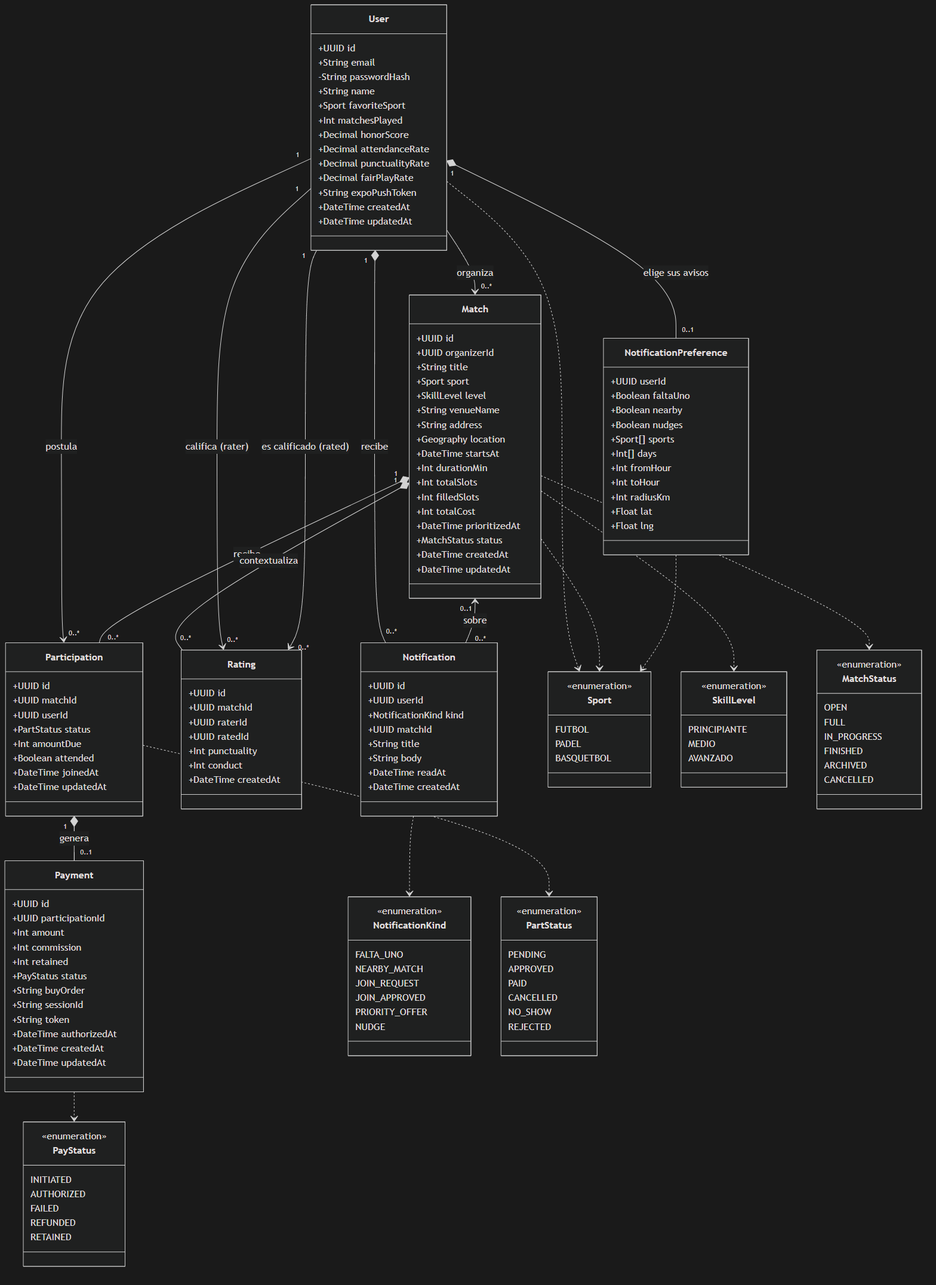
The Mermaid diagram fase-2-desarrollo/docs/diagramas/clases-dominio.png in avenaaaa/KANCHA, before a commit. Its source is kept beside it as fase-2-desarrollo/docs/diagramas/clases-dominio.mmd.
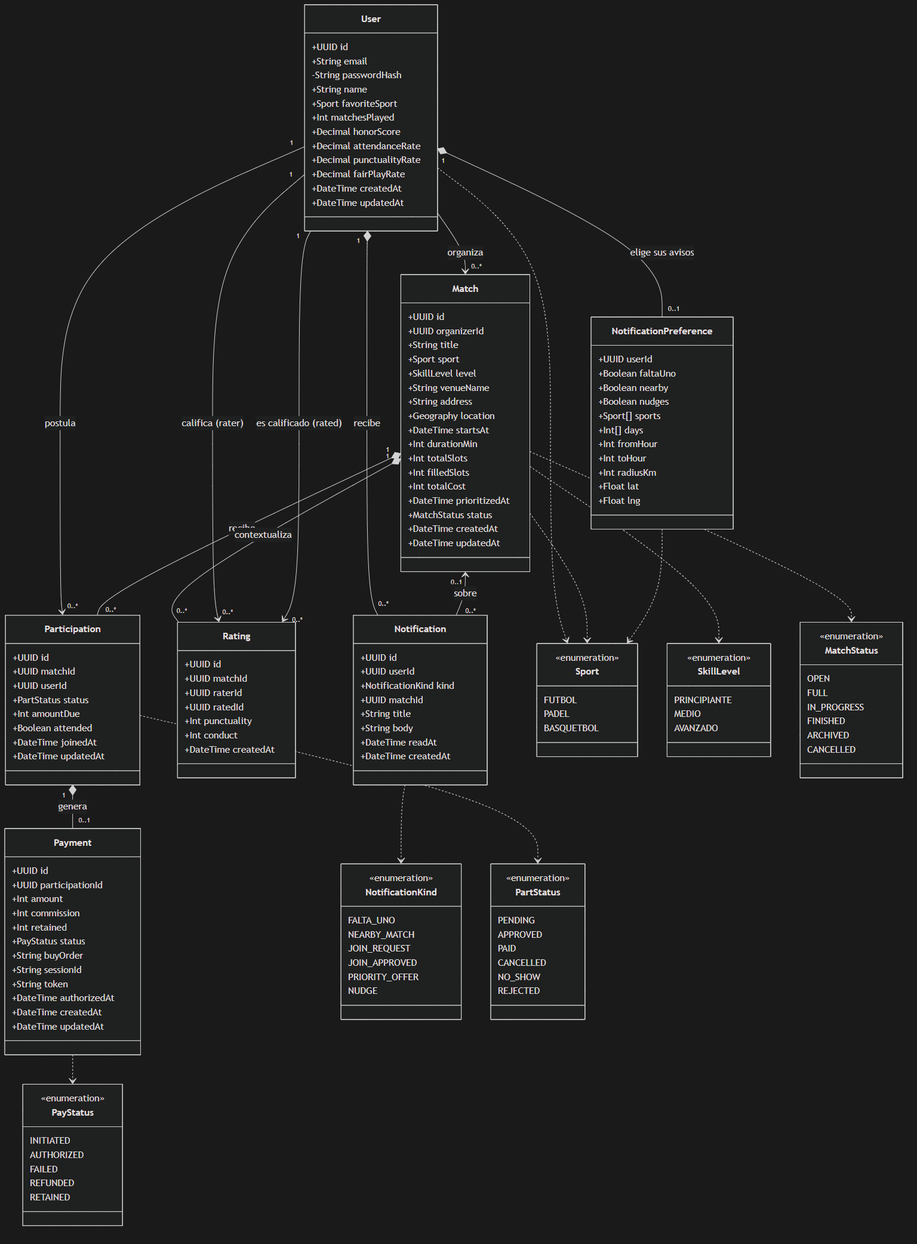
Later version of the same file.

What changed in the source:
```diff
@@ -12,7 +12,6 @@
         +Decimal attendanceRate
         +Decimal punctualityRate
         +Decimal fairPlayRate
-        +String expoPushToken
         +DateTime createdAt
         +DateTime updatedAt
     }
```
